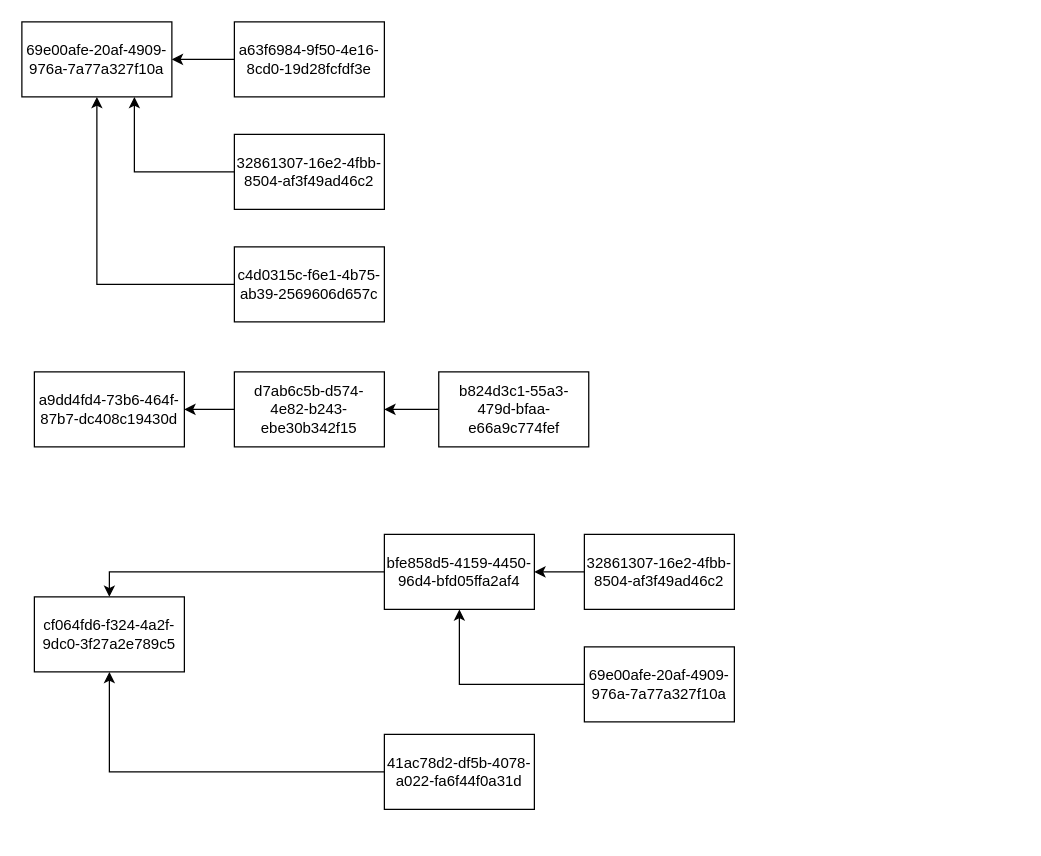
Above: 图.drawio in foreignbill/drawio (draw.io), before the change. Source tidied: cells renumbered, new cells numbered last; positions are measured from the earlier drawing's top-left corner, leaving out a move shared by most shapes. Both pictures are drawn from the tidied source at 125%, with x=0, y=0 at pixel (21, 21).
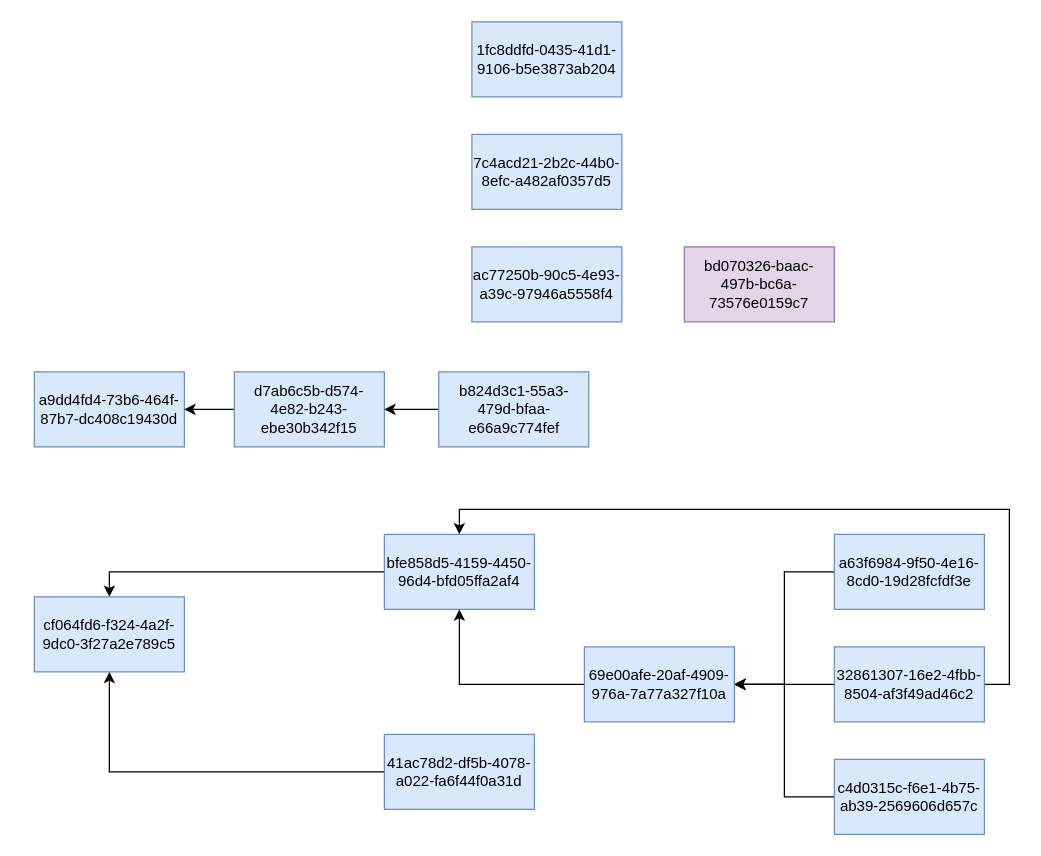
After the change.

The edit, as a diff of the source:
```diff
@@
-    <mxCell id="2" value="69e00afe-20af-4909-976a-7a77a327f10a" style="rounded=0;whiteSpace=wrap;html=1;" parent="1" vertex="1">
-      <mxGeometry width="120" height="60" as="geometry" />
-    </mxCell>
-    <mxCell id="3" style="edgeStyle=orthogonalEdgeStyle;rounded=0;jettySize=auto;html=1;exitX=0;exitY=0.5;exitDx=0;exitDy=0;entryX=1;entryY=0.5;entryDx=0;entryDy=0;" parent="1" edge="1" source="4" target="2">
-      <mxGeometry relative="1" as="geometry" />
-    </mxCell>
+    <mxCell id="23" style="edgeStyle=orthogonalEdgeStyle;rounded=0;jettySize=auto;html=1;exitX=0;exitY=0.5;exitDx=0;exitDy=0;entryX=1;entryY=0.5;entryDx=0;entryDy=0;" parent="1" edge="1" source="4" target="19">
+      <mxGeometry relative="1" as="geometry" />
+    </mxCell>
-    <mxCell id="4" value="a63f6984-9f50-4e16-8cd0-19d28fcfdf3e" style="rounded=0;whiteSpace=wrap;html=1;" parent="1" vertex="1">
-      <mxGeometry x="170" width="120" height="60" as="geometry" />
+    <mxCell id="4" value="a63f6984-9f50-4e16-8cd0-19d28fcfdf3e" style="rounded=0;whiteSpace=wrap;html=1;fillColor=#dae8fc;strokeColor=#6c8ebf;" parent="1" vertex="1">
+      <mxGeometry x="650" y="410" width="120" height="60" as="geometry" />
     </mxCell>
-    <mxCell id="5" style="edgeStyle=orthogonalEdgeStyle;rounded=0;jettySize=auto;html=1;exitX=0;exitY=0.5;exitDx=0;exitDy=0;entryX=0.75;entryY=1;entryDx=0;entryDy=0;" parent="1" edge="1" source="6" target="2">
-      <mxGeometry relative="1" as="geometry" />
-    </mxCell>
+    <mxCell id="24" style="edgeStyle=orthogonalEdgeStyle;rounded=0;jettySize=auto;html=1;exitX=0;exitY=0.5;exitDx=0;exitDy=0;entryX=1;entryY=0.5;entryDx=0;entryDy=0;" parent="1" edge="1" source="6" target="19">
+      <mxGeometry relative="1" as="geometry" />
+    </mxCell>
+    <mxCell id="25" style="edgeStyle=orthogonalEdgeStyle;rounded=0;jettySize=auto;html=1;exitX=1;exitY=0.5;exitDx=0;exitDy=0;entryX=0.5;entryY=0;entryDx=0;entryDy=0;" parent="1" edge="1" source="6" target="15">
+      <mxGeometry relative="1" as="geometry" />
+    </mxCell>
-    <mxCell id="6" value="32861307-16e2-4fbb-8504-af3f49ad46c2" style="rounded=0;whiteSpace=wrap;html=1;" parent="1" vertex="1">
-      <mxGeometry x="170" y="90" width="120" height="60" as="geometry" />
+    <mxCell id="6" value="32861307-16e2-4fbb-8504-af3f49ad46c2" style="rounded=0;whiteSpace=wrap;html=1;fillColor=#dae8fc;strokeColor=#6c8ebf;" parent="1" vertex="1">
+      <mxGeometry x="650" y="500" width="120" height="60" as="geometry" />
     </mxCell>
-    <mxCell id="7" style="edgeStyle=orthogonalEdgeStyle;rounded=0;jettySize=auto;html=1;exitX=0;exitY=0.5;exitDx=0;exitDy=0;entryX=0.5;entryY=1;entryDx=0;entryDy=0;" parent="1" edge="1" source="8" target="2">
-      <mxGeometry relative="1" as="geometry" />
-    </mxCell>
+    <mxCell id="26" style="edgeStyle=orthogonalEdgeStyle;rounded=0;jettySize=auto;html=1;exitX=0;exitY=0.5;exitDx=0;exitDy=0;entryX=1;entryY=0.5;entryDx=0;entryDy=0;" parent="1" edge="1" source="8" target="19">
+      <mxGeometry relative="1" as="geometry" />
+    </mxCell>
-    <mxCell id="8" value="c4d0315c-f6e1-4b75-ab39-2569606d657c" style="rounded=0;whiteSpace=wrap;html=1;" parent="1" vertex="1">
-      <mxGeometry x="170" y="180" width="120" height="60" as="geometry" />
+    <mxCell id="8" value="c4d0315c-f6e1-4b75-ab39-2569606d657c" style="rounded=0;whiteSpace=wrap;html=1;fillColor=#dae8fc;strokeColor=#6c8ebf;" parent="1" vertex="1">
+      <mxGeometry x="650" y="590" width="120" height="60" as="geometry" />
     </mxCell>
-    <mxCell id="9" value="a9dd4fd4-73b6-464f-87b7-dc408c19430d" style="rounded=0;whiteSpace=wrap;html=1;" parent="1" vertex="1">
+    <mxCell id="9" value="a9dd4fd4-73b6-464f-87b7-dc408c19430d" style="rounded=0;whiteSpace=wrap;html=1;fillColor=#dae8fc;strokeColor=#6c8ebf;" parent="1" vertex="1">
       <mxGeometry x="10" y="280" width="120" height="60" as="geometry" />
     </mxCell>
@@
-    <mxCell id="11" value="d7ab6c5b-d574-4e82-b243-ebe30b342f15" style="rounded=0;whiteSpace=wrap;html=1;" parent="1" vertex="1">
+    <mxCell id="11" value="d7ab6c5b-d574-4e82-b243-ebe30b342f15" style="rounded=0;whiteSpace=wrap;html=1;fillColor=#dae8fc;strokeColor=#6c8ebf;" parent="1" vertex="1">
       <mxGeometry x="170" y="280" width="120" height="60" as="geometry" />
     </mxCell>
@@
-    <mxCell id="13" value="b824d3c1-55a3-479d-bfaa-e66a9c774fef" style="rounded=0;whiteSpace=wrap;html=1;" parent="1" vertex="1">
+    <mxCell id="13" value="b824d3c1-55a3-479d-bfaa-e66a9c774fef" style="rounded=0;whiteSpace=wrap;html=1;fillColor=#dae8fc;strokeColor=#6c8ebf;" parent="1" vertex="1">
       <mxGeometry x="333.5" y="280" width="120" height="60" as="geometry" />
     </mxCell>
@@
-    <mxCell id="15" value="bfe858d5-4159-4450-96d4-bfd05ffa2af4" style="rounded=0;whiteSpace=wrap;html=1;" parent="1" vertex="1">
+    <mxCell id="15" value="bfe858d5-4159-4450-96d4-bfd05ffa2af4" style="rounded=0;whiteSpace=wrap;html=1;fillColor=#dae8fc;strokeColor=#6c8ebf;" parent="1" vertex="1">
       <mxGeometry x="290" y="410" width="120" height="60" as="geometry" />
     </mxCell>
-    <mxCell id="16" style="edgeStyle=orthogonalEdgeStyle;rounded=0;jettySize=auto;html=1;exitX=0;exitY=0.5;exitDx=0;exitDy=0;entryX=1;entryY=0.5;entryDx=0;entryDy=0;" parent="1" edge="1" source="17" target="15">
-      <mxGeometry relative="1" as="geometry" />
-    </mxCell>
-    <mxCell id="17" value="32861307-16e2-4fbb-8504-af3f49ad46c2" style="rounded=0;whiteSpace=wrap;html=1;" parent="1" vertex="1">
-      <mxGeometry x="450" y="410" width="120" height="60" as="geometry" />
-    </mxCell>
@@
-    <mxCell id="19" value="69e00afe-20af-4909-976a-7a77a327f10a" style="rounded=0;whiteSpace=wrap;html=1;" parent="1" vertex="1">
+    <mxCell id="19" value="69e00afe-20af-4909-976a-7a77a327f10a" style="rounded=0;whiteSpace=wrap;html=1;fillColor=#dae8fc;strokeColor=#6c8ebf;" parent="1" vertex="1">
       <mxGeometry x="450" y="500" width="120" height="60" as="geometry" />
     </mxCell>
-    <mxCell id="20" value="cf064fd6-f324-4a2f-9dc0-3f27a2e789c5" style="rounded=0;whiteSpace=wrap;html=1;" parent="1" vertex="1">
+    <mxCell id="20" value="cf064fd6-f324-4a2f-9dc0-3f27a2e789c5" style="rounded=0;whiteSpace=wrap;html=1;fillColor=#dae8fc;strokeColor=#6c8ebf;" parent="1" vertex="1">
       <mxGeometry x="10" y="460" width="120" height="60" as="geometry" />
     </mxCell>
@@
-    <mxCell id="22" value="41ac78d2-df5b-4078-a022-fa6f44f0a31d" style="rounded=0;whiteSpace=wrap;html=1;" parent="1" vertex="1">
+    <mxCell id="22" value="41ac78d2-df5b-4078-a022-fa6f44f0a31d" style="rounded=0;whiteSpace=wrap;html=1;fillColor=#dae8fc;strokeColor=#6c8ebf;" parent="1" vertex="1">
       <mxGeometry x="290" y="570" width="120" height="60" as="geometry" />
     </mxCell>
+    <mxCell id="27" value="1fc8ddfd-0435-41d1-9106-b5e3873ab204" style="rounded=0;whiteSpace=wrap;html=1;fillColor=#dae8fc;strokeColor=#6c8ebf;" parent="1" vertex="1">
+      <mxGeometry x="360" width="120" height="60" as="geometry" />
+    </mxCell>
+    <mxCell id="28" value="7c4acd21-2b2c-44b0-8efc-a482af0357d5" style="rounded=0;whiteSpace=wrap;html=1;fillColor=#dae8fc;strokeColor=#6c8ebf;" parent="1" vertex="1">
+      <mxGeometry x="360" y="90" width="120" height="60" as="geometry" />
+    </mxCell>
+    <mxCell id="29" value="ac77250b-90c5-4e93-a39c-97946a5558f4" style="rounded=0;whiteSpace=wrap;html=1;fillColor=#dae8fc;strokeColor=#6c8ebf;" parent="1" vertex="1">
+      <mxGeometry x="360" y="180" width="120" height="60" as="geometry" />
+    </mxCell>
+    <mxCell id="30" value="bd070326-baac-497b-bc6a-73576e0159c7" style="rounded=0;whiteSpace=wrap;html=1;fillColor=#e1d5e7;strokeColor=#9673a6;" parent="1" vertex="1">
+      <mxGeometry x="530" y="180" width="120" height="60" as="geometry" />
+    </mxCell>
```
